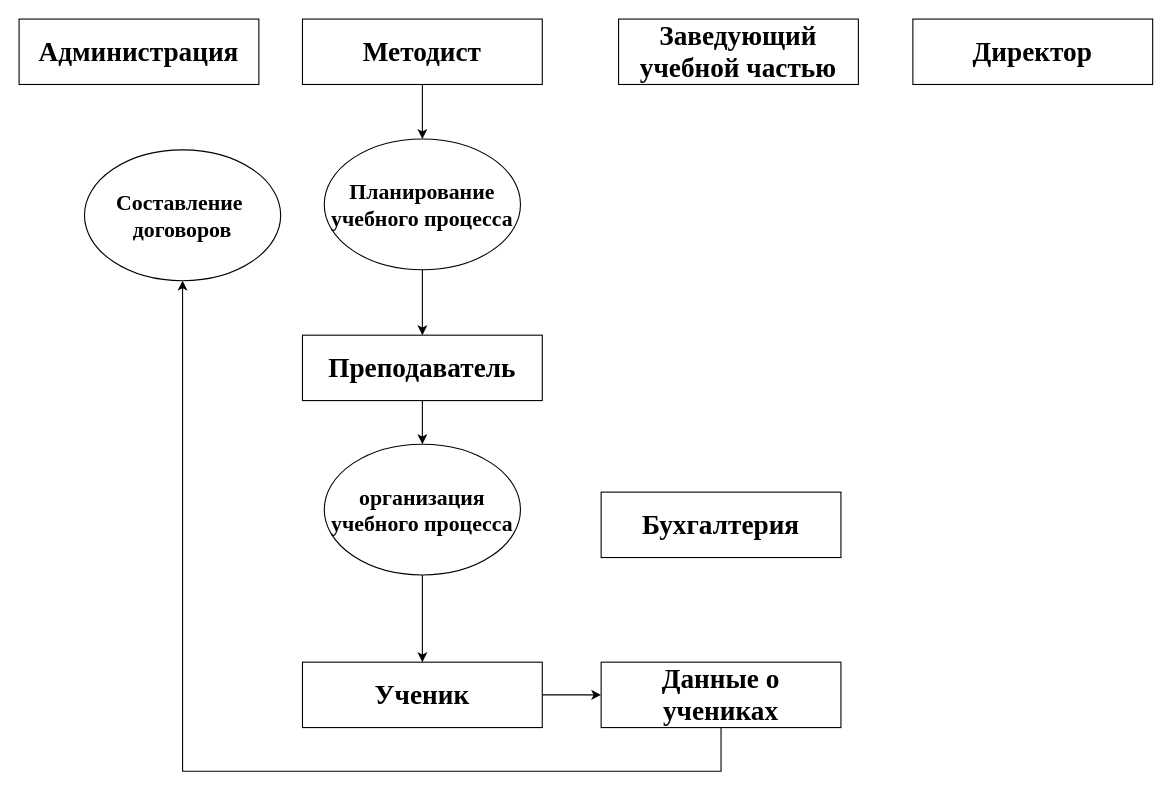
The draw.io diagram ПР02дфд.drawio in Antwan228/GitBush, before the edit. Source tidied: cells renumbered, new cells numbered last; positions are measured from the earlier drawing's top-left corner, leaving out a move shared by most shapes. Both pictures are drawn from the tidied source at 109%, with x=0, y=0 at pixel (19, 19).
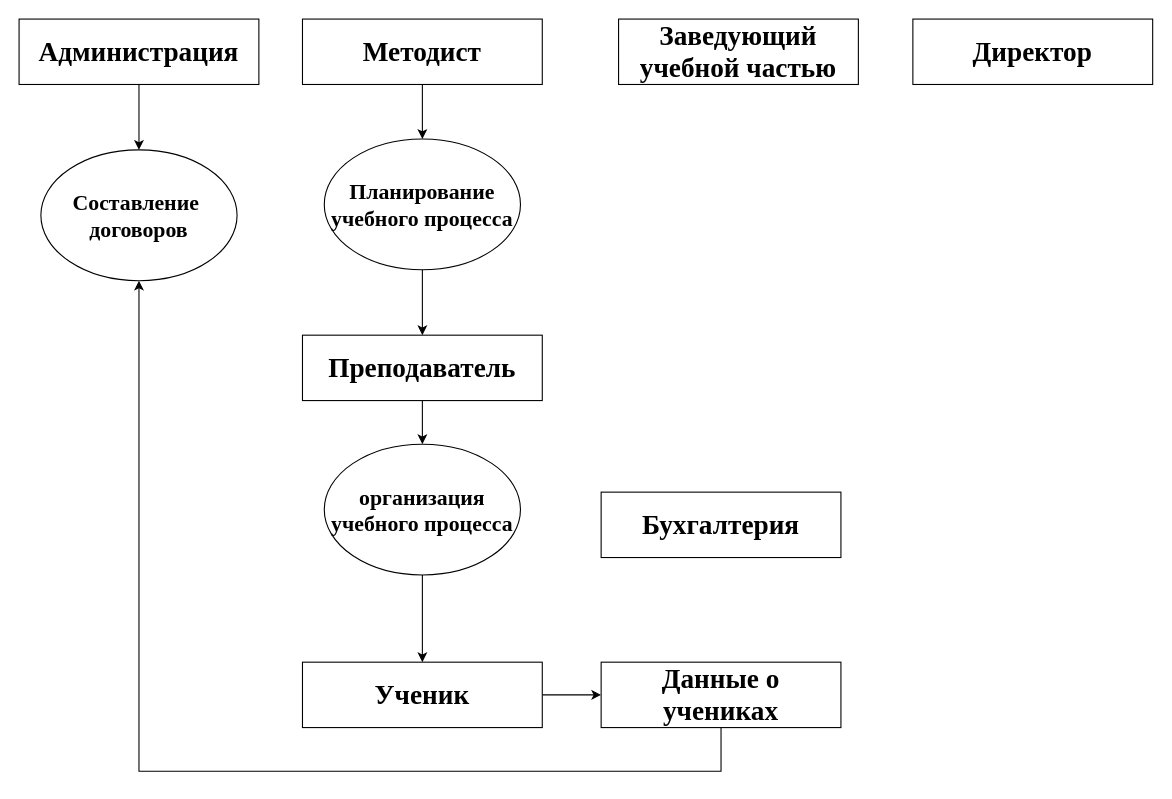
Above is the later version.

Unchanged cells that the change refers to:
```xml
<mxCell id="3" value="&lt;b&gt;&lt;font face=&quot;Times New Roman&quot; style=&quot;font-size: 25px;&quot;&gt;Администрация&lt;/font&gt;&lt;/b&gt;" style="rounded=0;whiteSpace=wrap;html=1;" parent="1" vertex="1">
  <mxGeometry width="220" height="60" as="geometry" />
</mxCell>
<mxCell id="17" value="&lt;font face=&quot;Times New Roman&quot;&gt;&lt;span style=&quot;font-size: 25px;&quot;&gt;&lt;b&gt;Данные о учениках&lt;/b&gt;&lt;/span&gt;&lt;/font&gt;" style="rounded=0;whiteSpace=wrap;html=1;" parent="1" vertex="1">
  <mxGeometry x="534" y="590" width="220" height="60" as="geometry" />
</mxCell>
```

Diff of the diagram source:
```diff
@@
+    <mxCell id="19" style="edgeStyle=orthogonalEdgeStyle;rounded=0;jettySize=auto;html=1;exitX=0.5;exitY=1;exitDx=0;exitDy=0;" parent="1" edge="1" source="3" target="18">
+      <mxGeometry relative="1" as="geometry" />
+    </mxCell>
@@
     <mxCell id="16" style="edgeStyle=orthogonalEdgeStyle;rounded=0;jettySize=auto;html=1;entryX=0.5;entryY=1;entryDx=0;entryDy=0;" parent="1" edge="1" source="17" target="18">
       <mxGeometry relative="1" as="geometry">
         <Array as="points">
           <mxPoint x="644" y="690" />
-          <mxPoint x="150" y="690" />
+          <mxPoint x="110" y="690" />
         </Array>
       </mxGeometry>
     </mxCell>
@@
     <mxCell id="18" value="&lt;font style=&quot;font-size: 20px;&quot; face=&quot;Times New Roman&quot;&gt;&lt;b&gt;Составление&amp;nbsp; договоров&lt;/b&gt;&lt;/font&gt;" style="ellipse;whiteSpace=wrap;html=1;" parent="1" vertex="1">
-      <mxGeometry x="60" y="120" width="180" height="120" as="geometry" />
+      <mxGeometry x="20" y="120" width="180" height="120" as="geometry" />
     </mxCell>
```
